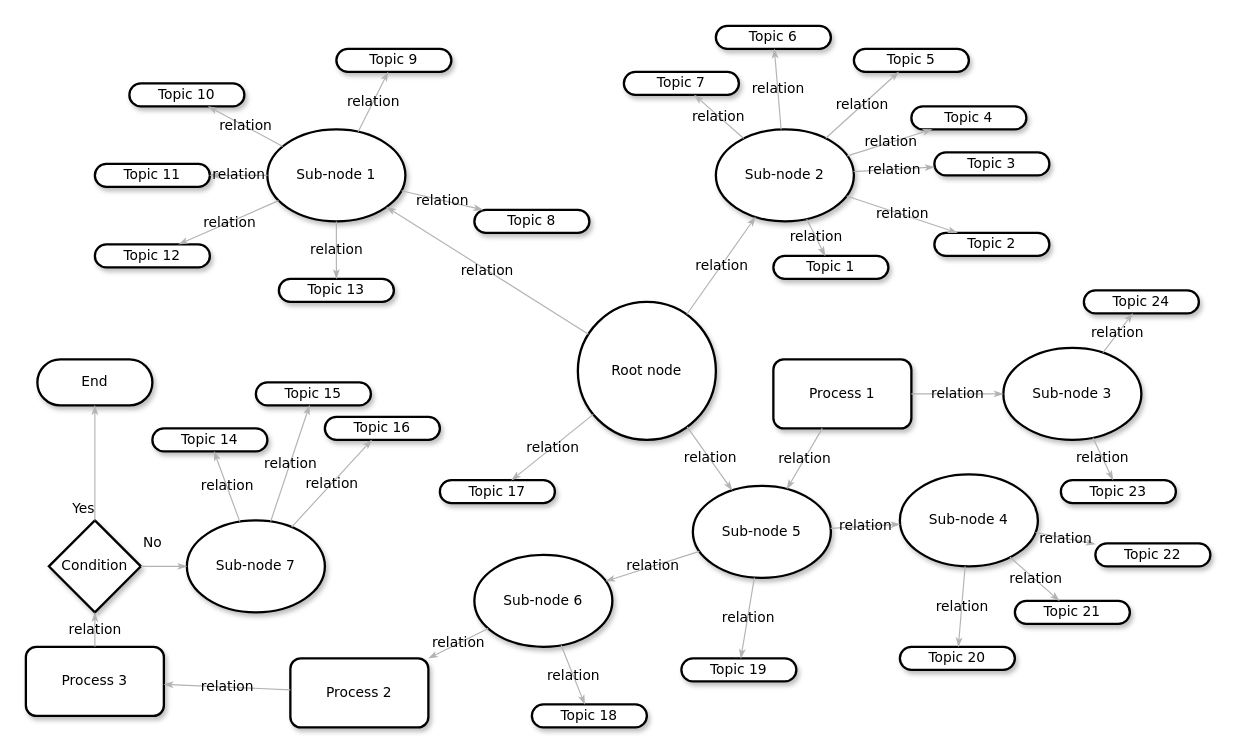
The draw.io diagram Zadanie1.drawio in cocacolaja/Studia, before the edit. Source tidied: cells renumbered, new cells numbered last; positions are measured from the earlier drawing's top-left corner, leaving out a move shared by most shapes. Both pictures are drawn from the tidied source at 115%, with x=0, y=0 at pixel (25, 25).
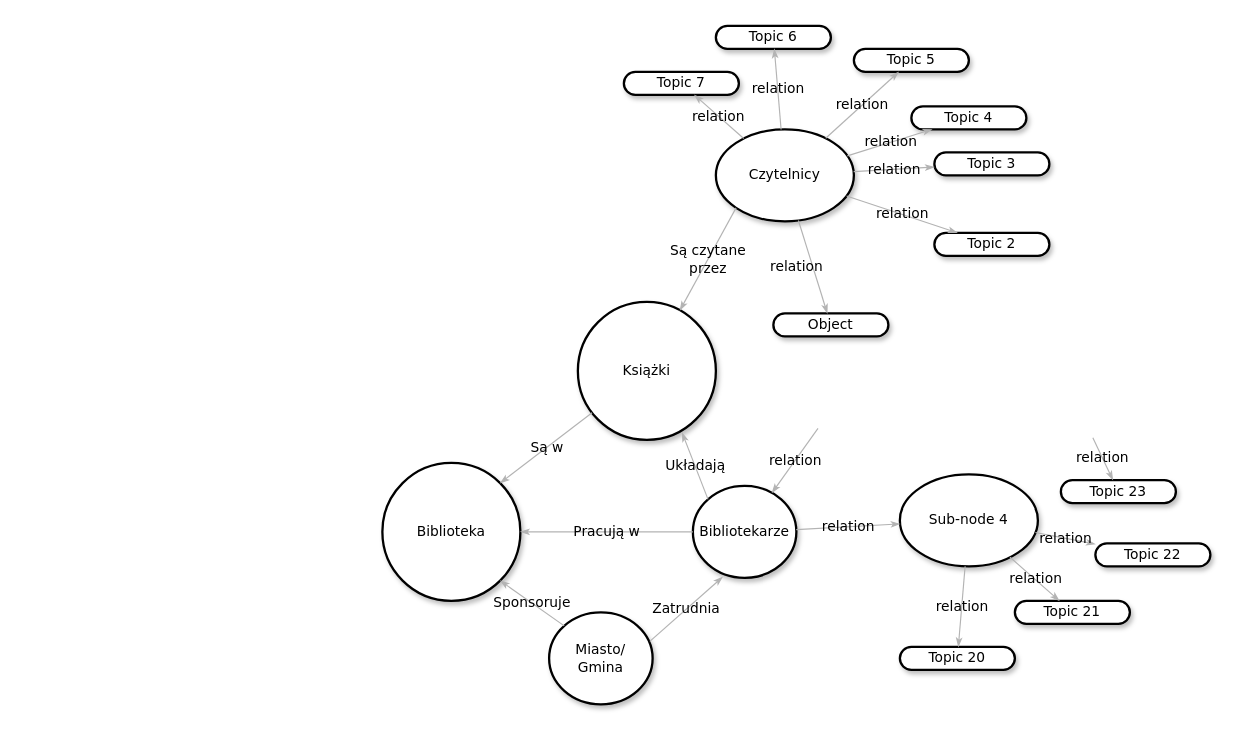
Above is the later version.

Unchanged cells that the change refers to:
```xml
<mxCell id="52" value="&lt;span&gt;Topic 23&lt;/span&gt;" style="whiteSpace=wrap;html=1;rounded=1;shadow=1;comic=0;labelBackgroundColor=none;strokeWidth=2;fontFamily=Verdana;fontSize=12;align=center;arcSize=50;" parent="1" vertex="1">
  <mxGeometry x="900" y="395" width="100" height="20" as="geometry" />
</mxCell>
```

Change to the diagram source:
```diff
@@
-    <mxCell id="2" value="&lt;span&gt;Topic 10&lt;/span&gt;" style="whiteSpace=wrap;html=1;rounded=1;shadow=1;comic=0;labelBackgroundColor=none;strokeWidth=2;fontFamily=Verdana;fontSize=12;align=center;arcSize=50;" parent="1" vertex="1">
-      <mxGeometry x="90" y="50" width="100" height="20" as="geometry" />
-    </mxCell>
-    <mxCell id="3" value="Sub-node 1" style="ellipse;whiteSpace=wrap;html=1;rounded=1;shadow=1;comic=0;labelBackgroundColor=none;strokeWidth=2;fontFamily=Verdana;fontSize=12;align=center;" parent="1" vertex="1">
-      <mxGeometry x="210" y="90" width="120" height="80" as="geometry" />
-    </mxCell>
-    <mxCell id="4" value="&lt;span&gt;Sub-node 2&lt;/span&gt;" style="ellipse;whiteSpace=wrap;html=1;rounded=1;shadow=1;comic=0;labelBackgroundColor=none;strokeWidth=2;fontFamily=Verdana;fontSize=12;align=center;" parent="1" vertex="1">
+    <mxCell id="4" value="Czytelnicy" style="ellipse;whiteSpace=wrap;html=1;rounded=1;shadow=1;comic=0;labelBackgroundColor=none;strokeWidth=2;fontFamily=Verdana;fontSize=12;align=center;" parent="1" vertex="1">
       <mxGeometry x="600" y="90" width="120" height="80" as="geometry" />
     </mxCell>
-    <mxCell id="5" value="Root node" style="ellipse;whiteSpace=wrap;html=1;rounded=1;shadow=1;comic=0;labelBackgroundColor=none;strokeWidth=2;fontFamily=Verdana;fontSize=12;align=center;" parent="1" vertex="1">
+    <mxCell id="5" value="Książki" style="ellipse;whiteSpace=wrap;html=1;rounded=1;shadow=1;comic=0;labelBackgroundColor=none;strokeWidth=2;fontFamily=Verdana;fontSize=12;align=center;" parent="1" vertex="1">
       <mxGeometry x="480" y="240" width="120" height="120" as="geometry" />
     </mxCell>
-    <mxCell id="6" value="&lt;span&gt;Sub-node 5&lt;/span&gt;" style="ellipse;whiteSpace=wrap;html=1;rounded=1;shadow=1;comic=0;labelBackgroundColor=none;strokeWidth=2;fontFamily=Verdana;fontSize=12;align=center;" parent="1" vertex="1">
-      <mxGeometry x="580" y="400" width="120" height="80" as="geometry" />
+    <mxCell id="6" value="Bibliotekarze" style="ellipse;whiteSpace=wrap;html=1;rounded=1;shadow=1;comic=0;labelBackgroundColor=none;strokeWidth=2;fontFamily=Verdana;fontSize=12;align=center;" parent="1" vertex="1">
+      <mxGeometry x="580" y="400" width="90" height="80" as="geometry" />
     </mxCell>
@@
-    <mxCell id="8" value="&lt;span&gt;Sub-node 6&lt;/span&gt;" style="ellipse;whiteSpace=wrap;html=1;rounded=1;shadow=1;comic=0;labelBackgroundColor=none;strokeWidth=2;fontFamily=Verdana;fontSize=12;align=center;" parent="1" vertex="1">
-      <mxGeometry x="390" y="460" width="120" height="80" as="geometry" />
+    <mxCell id="8" value="Biblioteka" style="ellipse;whiteSpace=wrap;html=1;rounded=1;shadow=1;comic=0;labelBackgroundColor=none;strokeWidth=2;fontFamily=Verdana;fontSize=12;align=center;" parent="1" vertex="1">
+      <mxGeometry x="310" y="380" width="120" height="120" as="geometry" />
     </mxCell>
-    <mxCell id="9" value="&lt;span&gt;Topic 11&lt;/span&gt;" style="whiteSpace=wrap;html=1;rounded=1;shadow=1;comic=0;labelBackgroundColor=none;strokeWidth=2;fontFamily=Verdana;fontSize=12;align=center;arcSize=50;" parent="1" vertex="1">
-      <mxGeometry x="60" y="120" width="100" height="20" as="geometry" />
-    </mxCell>
-    <mxCell id="10" value="&lt;span&gt;Topic 12&lt;/span&gt;" style="whiteSpace=wrap;html=1;rounded=1;shadow=1;comic=0;labelBackgroundColor=none;strokeWidth=2;fontFamily=Verdana;fontSize=12;align=center;arcSize=50;" parent="1" vertex="1">
-      <mxGeometry x="60" y="190" width="100" height="20" as="geometry" />
-    </mxCell>
-    <mxCell id="11" value="&lt;span&gt;Topic 9&lt;/span&gt;" style="whiteSpace=wrap;html=1;rounded=1;shadow=1;comic=0;labelBackgroundColor=none;strokeWidth=2;fontFamily=Verdana;fontSize=12;align=center;arcSize=50;" parent="1" vertex="1">
-      <mxGeometry x="270" y="20" width="100" height="20" as="geometry" />
-    </mxCell>
@@
-    <mxCell id="20" value="Topic 1" style="whiteSpace=wrap;html=1;rounded=1;shadow=1;comic=0;labelBackgroundColor=none;strokeWidth=2;fontFamily=Verdana;fontSize=12;align=center;arcSize=50;" parent="1" vertex="1">
-      <mxGeometry x="650" y="200" width="100" height="20" as="geometry" />
+    <mxCell id="20" value="Object" style="whiteSpace=wrap;html=1;rounded=1;shadow=1;comic=0;labelBackgroundColor=none;strokeWidth=2;fontFamily=Verdana;fontSize=12;align=center;arcSize=50;" parent="1" vertex="1">
+      <mxGeometry x="650" y="250" width="100" height="20" as="geometry" />
     </mxCell>
@@
-    <mxCell id="22" value="End" style="whiteSpace=wrap;html=1;rounded=1;shadow=1;comic=0;labelBackgroundColor=none;strokeWidth=2;fontFamily=Verdana;fontSize=12;align=center;arcSize=50;" parent="1" vertex="1">
-      <mxGeometry x="10" y="290" width="100" height="40" as="geometry" />
-    </mxCell>
-    <mxCell id="23" value="Condition" style="rhombus;whiteSpace=wrap;html=1;rounded=0;shadow=1;comic=0;labelBackgroundColor=none;strokeWidth=2;fontFamily=Verdana;fontSize=12;align=center;" parent="1" vertex="1">
-      <mxGeometry x="20" y="430" width="80" height="80" as="geometry" />
-    </mxCell>
-    <mxCell id="24" value="&lt;span&gt;Process 3&lt;/span&gt;" style="rounded=1;whiteSpace=wrap;html=1;shadow=1;comic=0;labelBackgroundColor=none;strokeWidth=2;fontFamily=Verdana;fontSize=12;align=center;" parent="1" vertex="1">
-      <mxGeometry y="540" width="120" height="60" as="geometry" />
-    </mxCell>
-    <mxCell id="25" value="Process 2" style="rounded=1;whiteSpace=wrap;html=1;shadow=1;comic=0;labelBackgroundColor=none;strokeWidth=2;fontFamily=Verdana;fontSize=12;align=center;" parent="1" vertex="1">
-      <mxGeometry x="230" y="550" width="120" height="60" as="geometry" />
-    </mxCell>
-    <mxCell id="26" value="relation" style="edgeStyle=none;rounded=1;html=1;labelBackgroundColor=none;startArrow=none;startFill=0;startSize=5;endArrow=classicThin;endFill=1;endSize=5;jettySize=auto;strokeColor=#B3B3B3;strokeWidth=1;fontFamily=Verdana;fontSize=12;" parent="1" edge="1" source="3" target="11">
-      <mxGeometry relative="1" as="geometry" />
-    </mxCell>
-    <mxCell id="27" value="relation" style="edgeStyle=none;rounded=1;html=1;labelBackgroundColor=none;startArrow=none;startFill=0;startSize=5;endArrow=classicThin;endFill=1;endSize=5;jettySize=auto;strokeColor=#B3B3B3;strokeWidth=1;fontFamily=Verdana;fontSize=12;" parent="1" edge="1" source="3" target="2">
-      <mxGeometry relative="1" as="geometry" />
-    </mxCell>
-    <mxCell id="28" value="relation" style="edgeStyle=none;rounded=1;html=1;labelBackgroundColor=none;startArrow=none;startFill=0;startSize=5;endArrow=classicThin;endFill=1;endSize=5;jettySize=auto;strokeColor=#B3B3B3;strokeWidth=1;fontFamily=Verdana;fontSize=12;" parent="1" edge="1" source="3" target="9">
-      <mxGeometry relative="1" as="geometry" />
-    </mxCell>
-    <mxCell id="29" value="relation" style="edgeStyle=none;rounded=1;html=1;labelBackgroundColor=none;startArrow=none;startFill=0;startSize=5;endArrow=classicThin;endFill=1;endSize=5;jettySize=auto;strokeColor=#B3B3B3;strokeWidth=1;fontFamily=Verdana;fontSize=12;" parent="1" edge="1" source="3" target="10">
-      <mxGeometry relative="1" as="geometry" />
-    </mxCell>
-    <mxCell id="30" value="relation" style="edgeStyle=none;rounded=1;html=1;labelBackgroundColor=none;startArrow=none;startFill=0;startSize=5;endArrow=classicThin;endFill=1;endSize=5;jettySize=auto;strokeColor=#B3B3B3;strokeWidth=1;fontFamily=Verdana;fontSize=12;" parent="1" edge="1" source="5" target="3">
-      <mxGeometry relative="1" as="geometry" />
-    </mxCell>
-    <mxCell id="31" value="relation" style="edgeStyle=none;rounded=1;html=1;labelBackgroundColor=none;startArrow=none;startFill=0;startSize=5;endArrow=classicThin;endFill=1;endSize=5;jettySize=auto;strokeColor=#B3B3B3;strokeWidth=1;fontFamily=Verdana;fontSize=12;" parent="1" edge="1" source="5" target="4">
+    <mxCell id="31" value="Są czytane&lt;div&gt;przez&lt;/div&gt;" style="edgeStyle=none;rounded=1;html=1;labelBackgroundColor=none;startArrow=none;startFill=0;startSize=5;endArrow=classicThin;endFill=1;endSize=5;jettySize=auto;strokeColor=#B3B3B3;strokeWidth=1;fontFamily=Verdana;fontSize=12;exitX=0;exitY=1;exitDx=0;exitDy=0;" parent="1" edge="1" source="4" target="5">
       <mxGeometry relative="1" as="geometry" />
     </mxCell>
-    <mxCell id="32" value="relation" style="edgeStyle=none;rounded=1;html=1;labelBackgroundColor=none;startArrow=none;startFill=0;startSize=5;endArrow=classicThin;endFill=1;endSize=5;jettySize=auto;strokeColor=#B3B3B3;strokeWidth=1;fontFamily=Verdana;fontSize=12;" parent="1" edge="1" source="5" target="6">
+    <mxCell id="32" value="Układają" style="edgeStyle=none;rounded=1;html=1;labelBackgroundColor=none;startArrow=none;startFill=0;startSize=5;endArrow=classicThin;endFill=1;endSize=5;jettySize=auto;strokeColor=#B3B3B3;strokeWidth=1;fontFamily=Verdana;fontSize=12;exitX=0;exitY=0;exitDx=0;exitDy=0;entryX=0.755;entryY=0.947;entryDx=0;entryDy=0;entryPerimeter=0;" parent="1" edge="1" source="6" target="5">
       <mxGeometry relative="1" as="geometry" />
     </mxCell>
-    <mxCell id="33" value="relation" style="edgeStyle=none;rounded=1;html=1;labelBackgroundColor=none;startArrow=none;startFill=0;startSize=5;endArrow=classicThin;endFill=1;endSize=5;jettySize=auto;strokeColor=#B3B3B3;strokeWidth=1;fontFamily=Verdana;fontSize=12;" parent="1" edge="1" source="6" target="8">
+    <mxCell id="33" value="Pracują w" style="edgeStyle=none;rounded=1;html=1;labelBackgroundColor=none;startArrow=none;startFill=0;startSize=5;endArrow=classicThin;endFill=1;endSize=5;jettySize=auto;strokeColor=#B3B3B3;strokeWidth=1;fontFamily=Verdana;fontSize=12;" parent="1" edge="1" source="6" target="8">
       <mxGeometry relative="1" as="geometry" />
     </mxCell>
@@
     <mxCell id="38" value="relation" style="edgeStyle=none;rounded=1;html=1;labelBackgroundColor=none;startArrow=none;startFill=0;startSize=5;endArrow=classicThin;endFill=1;endSize=5;jettySize=auto;strokeColor=#B3B3B3;strokeWidth=1;fontFamily=Verdana;fontSize=12;" parent="1" edge="1" source="4" target="20">
-      <mxGeometry relative="1" as="geometry" />
+      <mxGeometry x="-0.09" y="-14" relative="1" as="geometry" />
     </mxCell>
@@
-    <mxCell id="45" value="relation" style="edgeStyle=none;rounded=1;html=1;labelBackgroundColor=none;startArrow=none;startFill=0;startSize=5;endArrow=classicThin;endFill=1;endSize=5;jettySize=auto;strokeColor=#B3B3B3;strokeWidth=1;fontFamily=Verdana;fontSize=12;" parent="1" edge="1" source="8" target="25">
-      <mxGeometry relative="1" as="geometry" />
-    </mxCell>
-    <mxCell id="46" value="relation" style="edgeStyle=none;rounded=1;html=1;labelBackgroundColor=none;startArrow=none;startFill=0;startSize=5;endArrow=classicThin;endFill=1;endSize=5;jettySize=auto;strokeColor=#B3B3B3;strokeWidth=1;fontFamily=Verdana;fontSize=12;" parent="1" edge="1" source="25" target="24">
-      <mxGeometry relative="1" as="geometry" />
-    </mxCell>
-    <mxCell id="47" value="relation" style="edgeStyle=none;rounded=1;html=1;labelBackgroundColor=none;startArrow=none;startFill=0;startSize=5;endArrow=classicThin;endFill=1;endSize=5;jettySize=auto;strokeColor=#B3B3B3;strokeWidth=1;fontFamily=Verdana;fontSize=12;" parent="1" edge="1" source="24" target="23">
-      <mxGeometry relative="1" as="geometry" />
-    </mxCell>
-    <mxCell id="48" value="Yes" style="edgeStyle=none;rounded=1;html=1;labelBackgroundColor=none;startArrow=none;startFill=0;startSize=5;endArrow=classicThin;endFill=1;endSize=5;jettySize=auto;strokeColor=#B3B3B3;strokeWidth=1;fontFamily=Verdana;fontSize=12;" parent="1" edge="1" source="23" target="22">
-      <mxGeometry x="-0.79" y="10" relative="1" as="geometry" />
-    </mxCell>
-    <mxCell id="49" value="Process 1" style="rounded=1;whiteSpace=wrap;html=1;shadow=1;comic=0;labelBackgroundColor=none;strokeWidth=2;fontFamily=Verdana;fontSize=12;align=center;" parent="1" vertex="1">
-      <mxGeometry x="650" y="290" width="120" height="60" as="geometry" />
-    </mxCell>
-    <mxCell id="50" value="&lt;span&gt;Sub-node 3&lt;/span&gt;" style="ellipse;whiteSpace=wrap;html=1;rounded=1;shadow=1;comic=0;labelBackgroundColor=none;strokeWidth=2;fontFamily=Verdana;fontSize=12;align=center;" parent="1" vertex="1">
-      <mxGeometry x="850" y="280" width="120" height="80" as="geometry" />
-    </mxCell>
-    <mxCell id="51" value="&lt;span&gt;Topic 24&lt;/span&gt;" style="whiteSpace=wrap;html=1;rounded=1;shadow=1;comic=0;labelBackgroundColor=none;strokeWidth=2;fontFamily=Verdana;fontSize=12;align=center;arcSize=50;" parent="1" vertex="1">
-      <mxGeometry x="920" y="230" width="100" height="20" as="geometry" />
-    </mxCell>
@@
-    <mxCell id="53" value="&lt;span&gt;Topic 8&lt;/span&gt;" style="whiteSpace=wrap;html=1;rounded=1;shadow=1;comic=0;labelBackgroundColor=none;strokeWidth=2;fontFamily=Verdana;fontSize=12;align=center;arcSize=50;" parent="1" vertex="1">
-      <mxGeometry x="390" y="160" width="100" height="20" as="geometry" />
-    </mxCell>
-    <mxCell id="54" value="&lt;span&gt;Topic 13&lt;/span&gt;" style="whiteSpace=wrap;html=1;rounded=1;shadow=1;comic=0;labelBackgroundColor=none;strokeWidth=2;fontFamily=Verdana;fontSize=12;align=center;arcSize=50;" parent="1" vertex="1">
-      <mxGeometry x="220" y="220" width="100" height="20" as="geometry" />
-    </mxCell>
-    <mxCell id="55" value="&lt;span&gt;Topic 19&lt;/span&gt;" style="whiteSpace=wrap;html=1;rounded=1;shadow=1;comic=0;labelBackgroundColor=none;strokeWidth=2;fontFamily=Verdana;fontSize=12;align=center;arcSize=50;" parent="1" vertex="1">
-      <mxGeometry x="570" y="550" width="100" height="20" as="geometry" />
-    </mxCell>
-    <mxCell id="56" value="&lt;span&gt;Topic 18&lt;/span&gt;" style="whiteSpace=wrap;html=1;rounded=1;shadow=1;comic=0;labelBackgroundColor=none;strokeWidth=2;fontFamily=Verdana;fontSize=12;align=center;arcSize=50;" parent="1" vertex="1">
-      <mxGeometry x="440" y="590" width="100" height="20" as="geometry" />
-    </mxCell>
-    <mxCell id="57" value="&lt;span&gt;Topic 17&lt;/span&gt;" style="whiteSpace=wrap;html=1;rounded=1;shadow=1;comic=0;labelBackgroundColor=none;strokeWidth=2;fontFamily=Verdana;fontSize=12;align=center;arcSize=50;" parent="1" vertex="1">
-      <mxGeometry x="360" y="395" width="100" height="20" as="geometry" />
-    </mxCell>
-    <mxCell id="58" value="relation" style="edgeStyle=none;rounded=1;html=1;labelBackgroundColor=none;startArrow=none;startFill=0;startSize=5;endArrow=classicThin;endFill=1;endSize=5;jettySize=auto;strokeColor=#B3B3B3;strokeWidth=1;fontFamily=Verdana;fontSize=12;" parent="1" edge="1" source="3" target="53">
-      <mxGeometry relative="1" as="geometry" />
-    </mxCell>
-    <mxCell id="59" value="relation" style="edgeStyle=none;rounded=1;html=1;labelBackgroundColor=none;startArrow=none;startFill=0;startSize=5;endArrow=classicThin;endFill=1;endSize=5;jettySize=auto;strokeColor=#B3B3B3;strokeWidth=1;fontFamily=Verdana;fontSize=12;" parent="1" edge="1" source="3" target="54">
-      <mxGeometry relative="1" as="geometry" />
-    </mxCell>
-    <mxCell id="60" value="relation" style="edgeStyle=none;rounded=1;html=1;labelBackgroundColor=none;startArrow=none;startFill=0;startSize=5;endArrow=classicThin;endFill=1;endSize=5;jettySize=auto;strokeColor=#B3B3B3;strokeWidth=1;fontFamily=Verdana;fontSize=12;" parent="1" edge="1" source="50" target="51">
-      <mxGeometry relative="1" as="geometry" />
-    </mxCell>
-    <mxCell id="61" value="relation" style="edgeStyle=none;rounded=1;html=1;labelBackgroundColor=none;startArrow=none;startFill=0;startSize=5;endArrow=classicThin;endFill=1;endSize=5;jettySize=auto;strokeColor=#B3B3B3;strokeWidth=1;fontFamily=Verdana;fontSize=12;" parent="1" edge="1" source="50" target="52">
-      <mxGeometry relative="1" as="geometry" />
+    <mxCell id="61" value="relation" style="edgeStyle=none;rounded=1;html=1;labelBackgroundColor=none;startArrow=none;startFill=0;startSize=5;endArrow=classicThin;endFill=1;endSize=5;jettySize=auto;strokeColor=#B3B3B3;strokeWidth=1;fontFamily=Verdana;fontSize=12;" parent="1" edge="1" target="52">
+      <mxGeometry relative="1" as="geometry">
+        <mxPoint x="927.8" y="358.2" as="sourcePoint" />
+      </mxGeometry>
     </mxCell>
-    <mxCell id="62" value="relation" style="edgeStyle=none;rounded=1;html=1;labelBackgroundColor=none;startArrow=none;startFill=0;startSize=5;endArrow=classicThin;endFill=1;endSize=5;jettySize=auto;strokeColor=#B3B3B3;strokeWidth=1;fontFamily=Verdana;fontSize=12;" parent="1" edge="1" source="49" target="50">
-      <mxGeometry relative="1" as="geometry" />
-    </mxCell>
-    <mxCell id="63" value="relation" style="edgeStyle=none;rounded=1;html=1;labelBackgroundColor=none;startArrow=none;startFill=0;startSize=5;endArrow=classicThin;endFill=1;endSize=5;jettySize=auto;strokeColor=#B3B3B3;strokeWidth=1;fontFamily=Verdana;fontSize=12;" parent="1" edge="1" source="49" target="6">
-      <mxGeometry relative="1" as="geometry" />
+    <mxCell id="63" value="relation" style="edgeStyle=none;rounded=1;html=1;labelBackgroundColor=none;startArrow=none;startFill=0;startSize=5;endArrow=classicThin;endFill=1;endSize=5;jettySize=auto;strokeColor=#B3B3B3;strokeWidth=1;fontFamily=Verdana;fontSize=12;" parent="1" edge="1" target="6">
+      <mxGeometry relative="1" as="geometry">
+        <mxPoint x="688.8" y="350" as="sourcePoint" />
+      </mxGeometry>
     </mxCell>
-    <mxCell id="64" value="&lt;span&gt;Sub-node 7&lt;/span&gt;" style="ellipse;whiteSpace=wrap;html=1;rounded=1;shadow=1;comic=0;labelBackgroundColor=none;strokeWidth=2;fontFamily=Verdana;fontSize=12;align=center;" parent="1" vertex="1">
-      <mxGeometry x="140" y="430" width="120" height="80" as="geometry" />
+    <mxCell id="64" value="&lt;span&gt;Miasto/&lt;/span&gt;&lt;div&gt;&lt;span&gt;Gmina&lt;/span&gt;&lt;/div&gt;" style="ellipse;whiteSpace=wrap;html=1;rounded=1;shadow=1;comic=0;labelBackgroundColor=none;strokeWidth=2;fontFamily=Verdana;fontSize=12;align=center;" parent="1" vertex="1">
+      <mxGeometry x="455" y="510" width="90" height="80" as="geometry" />
     </mxCell>
-    <mxCell id="65" value="&lt;span&gt;Topic 16&lt;/span&gt;" style="whiteSpace=wrap;html=1;rounded=1;shadow=1;comic=0;labelBackgroundColor=none;strokeWidth=2;fontFamily=Verdana;fontSize=12;align=center;arcSize=50;" parent="1" vertex="1">
-      <mxGeometry x="260" y="340" width="100" height="20" as="geometry" />
-    </mxCell>
-    <mxCell id="66" value="&lt;span&gt;Topic 15&lt;/span&gt;" style="whiteSpace=wrap;html=1;rounded=1;shadow=1;comic=0;labelBackgroundColor=none;strokeWidth=2;fontFamily=Verdana;fontSize=12;align=center;arcSize=50;" parent="1" vertex="1">
-      <mxGeometry x="200" y="310" width="100" height="20" as="geometry" />
-    </mxCell>
-    <mxCell id="67" value="&lt;span&gt;Topic 14&lt;/span&gt;" style="whiteSpace=wrap;html=1;rounded=1;shadow=1;comic=0;labelBackgroundColor=none;strokeWidth=2;fontFamily=Verdana;fontSize=12;align=center;arcSize=50;" parent="1" vertex="1">
-      <mxGeometry x="110" y="350" width="100" height="20" as="geometry" />
-    </mxCell>
-    <mxCell id="68" value="relation" style="edgeStyle=none;rounded=1;html=1;labelBackgroundColor=none;startArrow=none;startFill=0;startSize=5;endArrow=classicThin;endFill=1;endSize=5;jettySize=auto;strokeColor=#B3B3B3;strokeWidth=1;fontFamily=Verdana;fontSize=12;" parent="1" edge="1" source="64" target="67">
-      <mxGeometry relative="1" as="geometry" />
-    </mxCell>
-    <mxCell id="69" value="relation" style="edgeStyle=none;rounded=1;html=1;labelBackgroundColor=none;startArrow=none;startFill=0;startSize=5;endArrow=classicThin;endFill=1;endSize=5;jettySize=auto;strokeColor=#B3B3B3;strokeWidth=1;fontFamily=Verdana;fontSize=12;" parent="1" edge="1" source="64" target="66">
-      <mxGeometry relative="1" as="geometry" />
-    </mxCell>
-    <mxCell id="70" value="relation" style="edgeStyle=none;rounded=1;html=1;labelBackgroundColor=none;startArrow=none;startFill=0;startSize=5;endArrow=classicThin;endFill=1;endSize=5;jettySize=auto;strokeColor=#B3B3B3;strokeWidth=1;fontFamily=Verdana;fontSize=12;" parent="1" edge="1" source="64" target="65">
-      <mxGeometry relative="1" as="geometry" />
-    </mxCell>
-    <mxCell id="71" value="No" style="edgeStyle=none;rounded=1;html=1;labelBackgroundColor=none;startArrow=none;startFill=0;startSize=5;endArrow=classicThin;endFill=1;endSize=5;jettySize=auto;strokeColor=#B3B3B3;strokeWidth=1;fontFamily=Verdana;fontSize=12;" parent="1" edge="1" source="23" target="64">
-      <mxGeometry x="-0.5" y="20" relative="1" as="geometry" />
-    </mxCell>
-    <mxCell id="72" value="relation" style="edgeStyle=none;rounded=1;html=1;labelBackgroundColor=none;startArrow=none;startFill=0;startSize=5;endArrow=classicThin;endFill=1;endSize=5;jettySize=auto;strokeColor=#B3B3B3;strokeWidth=1;fontFamily=Verdana;fontSize=12;" parent="1" edge="1" source="5" target="57">
+    <mxCell id="72" value="Są w" style="edgeStyle=none;rounded=1;html=1;labelBackgroundColor=none;startArrow=none;startFill=0;startSize=5;endArrow=classicThin;endFill=1;endSize=5;jettySize=auto;strokeColor=#B3B3B3;strokeWidth=1;fontFamily=Verdana;fontSize=12;entryX=1;entryY=0;entryDx=0;entryDy=0;" parent="1" edge="1" source="5" target="8">
       <mxGeometry relative="1" as="geometry" />
     </mxCell>
-    <mxCell id="73" value="relation" style="edgeStyle=none;rounded=1;html=1;labelBackgroundColor=none;startArrow=none;startFill=0;startSize=5;endArrow=classicThin;endFill=1;endSize=5;jettySize=auto;strokeColor=#B3B3B3;strokeWidth=1;fontFamily=Verdana;fontSize=12;" parent="1" edge="1" source="6" target="55">
+    <mxCell id="73" value="Zatrudnia" style="edgeStyle=none;rounded=1;html=1;labelBackgroundColor=none;startArrow=none;startFill=0;startSize=5;endArrow=classicThin;endFill=1;endSize=5;jettySize=auto;strokeColor=#B3B3B3;strokeWidth=1;fontFamily=Verdana;fontSize=12;exitX=0.973;exitY=0.315;exitDx=0;exitDy=0;exitPerimeter=0;entryX=0.288;entryY=0.99;entryDx=0;entryDy=0;entryPerimeter=0;" parent="1" edge="1" source="64" target="6">
       <mxGeometry relative="1" as="geometry" />
     </mxCell>
-    <mxCell id="74" value="relation" style="edgeStyle=none;rounded=1;html=1;labelBackgroundColor=none;startArrow=none;startFill=0;startSize=5;endArrow=classicThin;endFill=1;endSize=5;jettySize=auto;strokeColor=#B3B3B3;strokeWidth=1;fontFamily=Verdana;fontSize=12;" parent="1" edge="1" source="8" target="56">
+    <mxCell id="74" value="Sponsoruje" style="edgeStyle=none;rounded=1;html=1;labelBackgroundColor=none;startArrow=none;startFill=0;startSize=5;endArrow=classicThin;endFill=1;endSize=5;jettySize=auto;strokeColor=#B3B3B3;strokeWidth=1;fontFamily=Verdana;fontSize=12;entryX=1;entryY=1;entryDx=0;entryDy=0;exitX=0;exitY=0;exitDx=0;exitDy=0;" parent="1" edge="1" source="64" target="8">
       <mxGeometry relative="1" as="geometry" />
     </mxCell>
```
